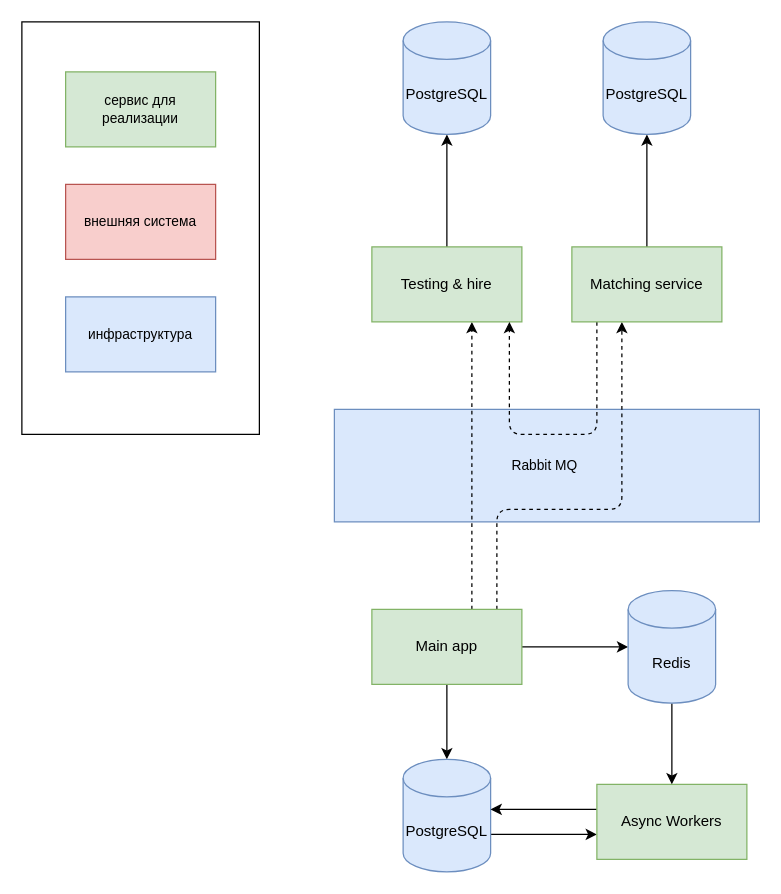
The draw.io diagram page "Implementation" (10 of 10) of 3hw/3hw.drawio in omichkun/system_analysis, before the edit. Source tidied: cells renumbered, new cells numbered last; positions are measured from the earlier drawing's top-left corner, leaving out a move shared by most shapes. Both pictures are drawn from the tidied source at 125%, with x=0, y=0 at pixel (21, 21).
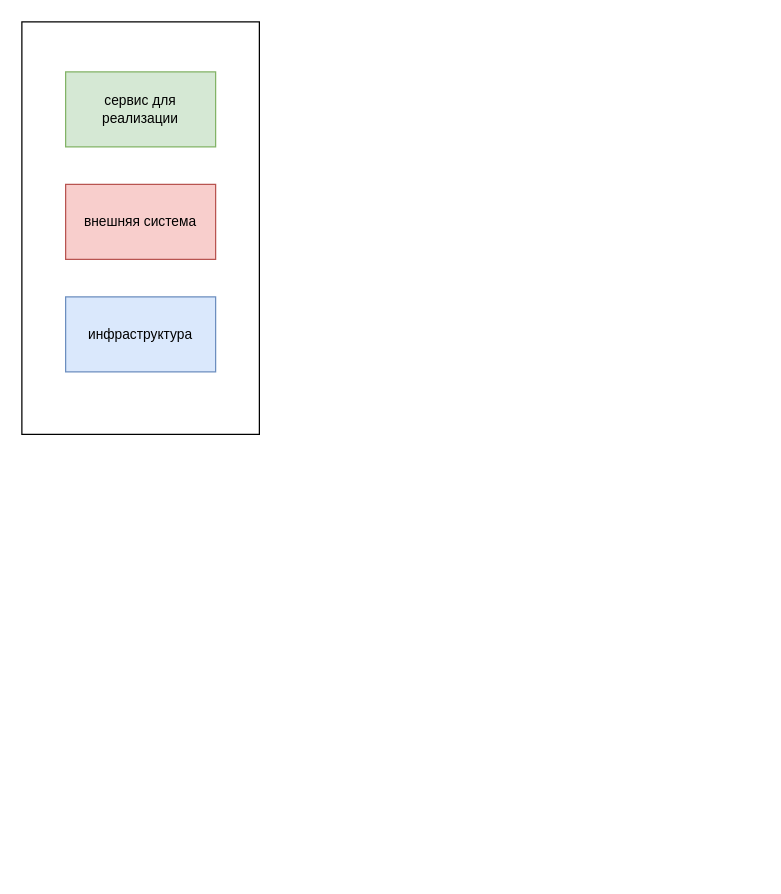
The same diagram, later.

What changed in the source:
```diff
@@
-    <mxCell id="2" value="Rabbit MQ&amp;nbsp;" style="rounded=0;whiteSpace=wrap;html=1;fontFamily=Helvetica;fontSize=11;fillColor=#dae8fc;strokeColor=#6c8ebf;" parent="1" vertex="1">
-      <mxGeometry x="250" y="310" width="340" height="90" as="geometry" />
-    </mxCell>
@@
-    <mxCell id="8" style="edgeStyle=orthogonalEdgeStyle;rounded=1;jettySize=auto;html=1;jumpStyle=arc;" parent="1" edge="1" source="12" target="18">
-      <mxGeometry relative="1" as="geometry" />
-    </mxCell>
-    <mxCell id="9" style="edgeStyle=orthogonalEdgeStyle;rounded=1;jettySize=auto;html=1;jumpStyle=arc;" parent="1" edge="1" source="12" target="14">
-      <mxGeometry relative="1" as="geometry" />
-    </mxCell>
-    <mxCell id="10" style="edgeStyle=orthogonalEdgeStyle;shape=connector;rounded=1;jumpStyle=arc;jettySize=auto;html=1;labelBackgroundColor=default;strokeColor=default;fontFamily=Helvetica;fontSize=11;fontColor=default;endArrow=classic;dashed=1;" parent="1" edge="1" source="12" target="20">
-      <mxGeometry relative="1" as="geometry">
-        <Array as="points">
-          <mxPoint x="360" y="360" />
-          <mxPoint x="360" y="360" />
-        </Array>
-      </mxGeometry>
-    </mxCell>
-    <mxCell id="11" style="edgeStyle=orthogonalEdgeStyle;shape=connector;rounded=1;jumpStyle=arc;jettySize=auto;html=1;labelBackgroundColor=default;strokeColor=default;fontFamily=Helvetica;fontSize=11;fontColor=default;endArrow=classic;dashed=1;" parent="1" edge="1" source="12" target="23">
-      <mxGeometry relative="1" as="geometry">
-        <Array as="points">
-          <mxPoint x="380" y="390" />
-          <mxPoint x="480" y="390" />
-        </Array>
-      </mxGeometry>
-    </mxCell>
-    <mxCell id="12" value="Main app" style="rounded=0;whiteSpace=wrap;html=1;fillColor=#d5e8d4;strokeColor=#82b366;" parent="1" vertex="1">
-      <mxGeometry x="280" y="470" width="120" height="60" as="geometry" />
-    </mxCell>
-    <mxCell id="13" style="edgeStyle=orthogonalEdgeStyle;rounded=1;jettySize=auto;html=1;jumpStyle=arc;" parent="1" edge="1" source="14" target="16">
-      <mxGeometry relative="1" as="geometry">
-        <Array as="points">
-          <mxPoint x="400" y="650" />
-          <mxPoint x="400" y="650" />
-        </Array>
-      </mxGeometry>
-    </mxCell>
-    <mxCell id="14" value="PostgreSQL" style="shape=cylinder3;whiteSpace=wrap;html=1;boundedLbl=1;backgroundOutline=1;size=15;fillColor=#dae8fc;strokeColor=#6c8ebf;" parent="1" vertex="1">
-      <mxGeometry x="305" y="590" width="70" height="90" as="geometry" />
-    </mxCell>
-    <mxCell id="15" style="edgeStyle=orthogonalEdgeStyle;rounded=1;jettySize=auto;html=1;jumpStyle=arc;" parent="1" edge="1" source="16" target="14">
-      <mxGeometry relative="1" as="geometry">
-        <Array as="points">
-          <mxPoint x="400" y="630" />
-          <mxPoint x="400" y="630" />
-        </Array>
-      </mxGeometry>
-    </mxCell>
-    <mxCell id="16" value="Async Workers" style="rounded=0;whiteSpace=wrap;html=1;fillColor=#d5e8d4;strokeColor=#82b366;" parent="1" vertex="1">
-      <mxGeometry x="460" y="610" width="120" height="60" as="geometry" />
-    </mxCell>
-    <mxCell id="17" style="edgeStyle=orthogonalEdgeStyle;rounded=1;jettySize=auto;html=1;jumpStyle=arc;" parent="1" edge="1" source="18" target="16">
-      <mxGeometry relative="1" as="geometry" />
-    </mxCell>
-    <mxCell id="18" value="Redis" style="shape=cylinder3;whiteSpace=wrap;html=1;boundedLbl=1;backgroundOutline=1;size=15;fillColor=#dae8fc;strokeColor=#6c8ebf;" parent="1" vertex="1">
-      <mxGeometry x="485" y="455" width="70" height="90" as="geometry" />
-    </mxCell>
-    <mxCell id="19" style="edgeStyle=orthogonalEdgeStyle;rounded=1;jettySize=auto;html=1;jumpStyle=arc;" parent="1" edge="1" source="20" target="24">
-      <mxGeometry relative="1" as="geometry" />
-    </mxCell>
-    <mxCell id="20" value="Testing &amp;amp; hire" style="rounded=0;whiteSpace=wrap;html=1;fillColor=#d5e8d4;strokeColor=#82b366;" parent="1" vertex="1">
-      <mxGeometry x="280" y="180" width="120" height="60" as="geometry" />
-    </mxCell>
-    <mxCell id="21" style="edgeStyle=orthogonalEdgeStyle;rounded=1;jettySize=auto;html=1;jumpStyle=arc;" parent="1" edge="1" source="23" target="25">
-      <mxGeometry relative="1" as="geometry" />
-    </mxCell>
-    <mxCell id="22" style="edgeStyle=orthogonalEdgeStyle;shape=connector;rounded=1;jumpStyle=arc;jettySize=auto;html=1;labelBackgroundColor=default;strokeColor=default;fontFamily=Helvetica;fontSize=11;fontColor=default;endArrow=classic;dashed=1;" parent="1" edge="1" source="23" target="20">
-      <mxGeometry relative="1" as="geometry">
-        <Array as="points">
-          <mxPoint x="460" y="330" />
-          <mxPoint x="390" y="330" />
-        </Array>
-      </mxGeometry>
-    </mxCell>
-    <mxCell id="23" value="Matching service" style="rounded=0;whiteSpace=wrap;html=1;fillColor=#d5e8d4;strokeColor=#82b366;" parent="1" vertex="1">
-      <mxGeometry x="440" y="180" width="120" height="60" as="geometry" />
-    </mxCell>
-    <mxCell id="24" value="PostgreSQL" style="shape=cylinder3;whiteSpace=wrap;html=1;boundedLbl=1;backgroundOutline=1;size=15;fillColor=#dae8fc;strokeColor=#6c8ebf;" parent="1" vertex="1">
-      <mxGeometry x="305" width="70" height="90" as="geometry" />
-    </mxCell>
-    <mxCell id="25" value="PostgreSQL" style="shape=cylinder3;whiteSpace=wrap;html=1;boundedLbl=1;backgroundOutline=1;size=15;fillColor=#dae8fc;strokeColor=#6c8ebf;" parent="1" vertex="1">
-      <mxGeometry x="465" width="70" height="90" as="geometry" />
-    </mxCell>
```
